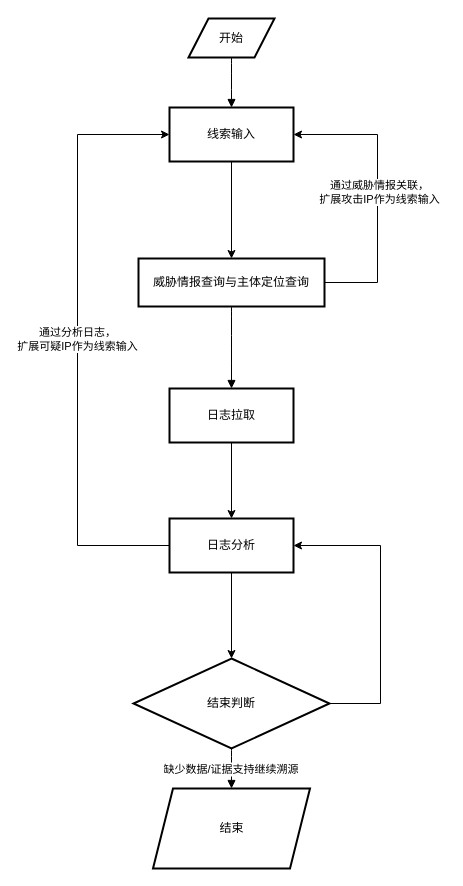
The draw.io diagram 未命名绘图.drawio in asdlijinquan/-, before the edit. Source tidied: cells renumbered, new cells numbered last; positions are measured from the earlier drawing's top-left corner, leaving out a move shared by most shapes. Both pictures are drawn from the tidied source at 100%, with x=0, y=0 at pixel (77, 18).
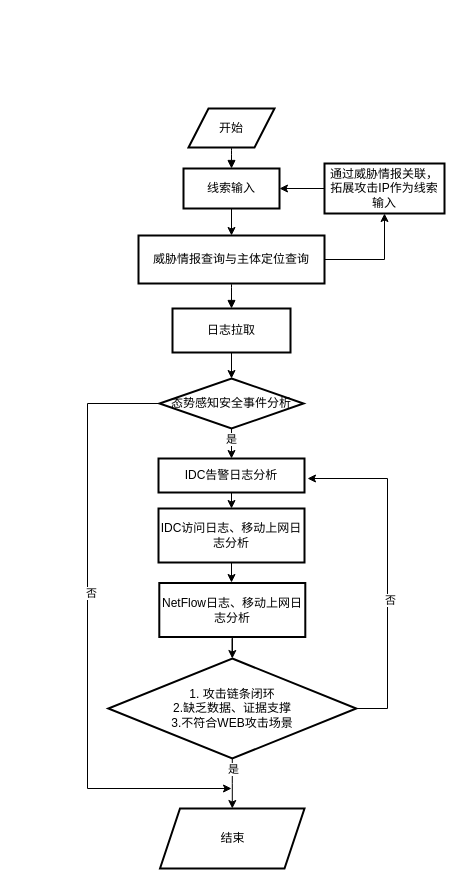
The same page after the edit.

Commit message:
更新未命名绘图.drawio

The edit, as a diff of the source:
```diff
@@
     <mxCell id="2" value="开始" style="shape=parallelogram;perimeter=parallelogramPerimeter;fixedSize=1;strokeWidth=2;whiteSpace=wrap;" parent="1" vertex="1">
-      <mxGeometry x="111" width="86" height="39" as="geometry" />
+      <mxGeometry x="111" y="90" width="86" height="39" as="geometry" />
     </mxCell>
@@
     <mxCell id="4" value="线索输入" style="whiteSpace=wrap;strokeWidth=2;" parent="1" vertex="1">
-      <mxGeometry x="92" y="89" width="124" height="54" as="geometry" />
+      <mxGeometry x="106" y="150" width="96" height="40" as="geometry" />
     </mxCell>
-    <mxCell id="5" style="edgeStyle=orthogonalEdgeStyle;rounded=0;jettySize=auto;html=1;exitX=1;exitY=0.5;exitDx=0;exitDy=0;entryX=1;entryY=0.5;entryDx=0;entryDy=0;" parent="1" edge="1" source="7" target="4">
-      <mxGeometry relative="1" as="geometry">
-        <Array as="points">
-          <mxPoint x="300" y="264" />
-          <mxPoint x="300" y="116" />
-        </Array>
-      </mxGeometry>
-    </mxCell>
-    <mxCell id="6" value="&lt;span style=&quot;color: rgb(0, 0, 0); background-color: rgb(255, 255, 255); float: none; display: inline !important;&quot;&gt;通过威胁情报关联，&lt;/span&gt;&lt;br style=&quot;color: rgb(0, 0, 0); padding: 0px; margin: 0px;&quot;&gt;&lt;span style=&quot;color: rgb(0, 0, 0); background-color: rgb(255, 255, 255); float: none; display: inline !important;&quot;&gt;扩展攻击IP作为线索输入&lt;/span&gt;" style="edgeLabel;html=1;align=center;verticalAlign=middle;" parent="5" vertex="1">
-      <mxGeometry x="0.01" y="-1" relative="1" as="geometry" />
-    </mxCell>
+    <mxCell id="19" style="edgeStyle=orthogonalEdgeStyle;rounded=0;jettySize=auto;html=1;exitX=1;exitY=0.5;exitDx=0;exitDy=0;entryX=0.5;entryY=1;entryDx=0;entryDy=0;" parent="1" edge="1" source="7" target="28">
+      <mxGeometry relative="1" as="geometry" />
+    </mxCell>
     <mxCell id="7" value="威胁情报查询与主体定位查询" style="whiteSpace=wrap;strokeWidth=2;" parent="1" vertex="1">
-      <mxGeometry x="61" y="240" width="186" height="48" as="geometry" />
+      <mxGeometry x="61" y="217" width="186" height="48" as="geometry" />
     </mxCell>
-    <mxCell id="8" style="edgeStyle=orthogonalEdgeStyle;rounded=0;jettySize=auto;html=1;" parent="1" edge="1" source="9" target="12">
+    <mxCell id="8" style="edgeStyle=orthogonalEdgeStyle;rounded=0;jettySize=auto;html=1;entryX=0.5;entryY=0;entryDx=0;entryDy=0;" parent="1" edge="1" source="9" target="33">
       <mxGeometry relative="1" as="geometry" />
     </mxCell>
     <mxCell id="9" value="日志拉取" style="whiteSpace=wrap;strokeWidth=2;" parent="1" vertex="1">
-      <mxGeometry x="92" y="370" width="124" height="54" as="geometry" />
+      <mxGeometry x="95" y="290" width="118" height="44" as="geometry" />
     </mxCell>
-    <mxCell id="10" value="&lt;span style=&quot;color: rgb(0, 0, 0); font-family: Helvetica; font-size: 11px; font-style: normal; font-variant-ligatures: normal; font-variant-caps: normal; font-weight: 400; letter-spacing: normal; orphans: 2; text-align: center; text-indent: 0px; text-transform: none; widows: 2; word-spacing: 0px; -webkit-text-stroke-width: 0px; white-space: nowrap; background-color: rgb(255, 255, 255); text-decoration-thickness: initial; text-decoration-style: initial; text-decoration-color: initial; display: inline !important; float: none;&quot;&gt;通过分析日志，&lt;/span&gt;&lt;br style=&quot;forced-color-adjust: none; padding: 0px; margin: 0px; color: rgb(0, 0, 0); font-family: Helvetica; font-size: 11px; font-style: normal; font-variant-ligatures: normal; font-variant-caps: normal; font-weight: 400; letter-spacing: normal; orphans: 2; text-align: center; text-indent: 0px; text-transform: none; widows: 2; word-spacing: 0px; -webkit-text-stroke-width: 0px; white-space: nowrap; text-decoration-thickness: initial; text-decoration-style: initial; text-decoration-color: initial;&quot;&gt;&lt;span style=&quot;color: rgb(0, 0, 0); font-family: Helvetica; font-size: 11px; font-style: normal; font-variant-ligatures: normal; font-variant-caps: normal; font-weight: 400; letter-spacing: normal; orphans: 2; text-align: center; text-indent: 0px; text-transform: none; widows: 2; word-spacing: 0px; -webkit-text-stroke-width: 0px; white-space: nowrap; background-color: rgb(255, 255, 255); text-decoration-thickness: initial; text-decoration-style: initial; text-decoration-color: initial; display: inline !important; float: none;&quot;&gt;扩展可疑IP作为线索输入&lt;/span&gt;" style="edgeStyle=orthogonalEdgeStyle;rounded=0;jettySize=auto;html=1;entryX=0;entryY=0.5;entryDx=0;entryDy=0;exitX=0;exitY=0.5;exitDx=0;exitDy=0;" parent="1" edge="1" source="12" target="4">
-      <mxGeometry relative="1" as="geometry">
-        <Array as="points">
-          <mxPoint y="527" />
-          <mxPoint y="116" />
-        </Array>
-      </mxGeometry>
-    </mxCell>
-    <mxCell id="11" style="edgeStyle=orthogonalEdgeStyle;rounded=0;jettySize=auto;html=1;" parent="1" edge="1" source="12" target="14">
-      <mxGeometry relative="1" as="geometry" />
-    </mxCell>
-    <mxCell id="12" value="日志分析" style="whiteSpace=wrap;strokeWidth=2;" parent="1" vertex="1">
-      <mxGeometry x="92" y="500" width="124" height="54" as="geometry" />
-    </mxCell>
-    <mxCell id="13" style="edgeStyle=orthogonalEdgeStyle;rounded=0;jettySize=auto;html=1;entryX=1;entryY=0.5;entryDx=0;entryDy=0;exitX=1;exitY=0.5;exitDx=0;exitDy=0;" parent="1" edge="1" source="14" target="12">
+    <mxCell id="13" style="edgeStyle=orthogonalEdgeStyle;rounded=0;orthogonalLoop=1;jettySize=auto;html=1;" parent="1" edge="1">
       <mxGeometry relative="1" as="geometry">
+        <mxPoint x="278.8" y="690" as="sourcePoint" />
+        <mxPoint x="230" y="460" as="targetPoint" />
         <Array as="points">
-          <mxPoint x="303" y="685" />
-          <mxPoint x="303" y="527" />
+          <mxPoint x="310" y="690" />
+          <mxPoint x="310" y="460" />
         </Array>
       </mxGeometry>
     </mxCell>
+    <mxCell id="20" value="否" style="edgeLabel;html=1;align=center;verticalAlign=middle;" parent="13" vertex="1">
+      <mxGeometry x="-0.18" y="-2" relative="1" as="geometry" />
+    </mxCell>
+    <mxCell id="21" style="edgeStyle=orthogonalEdgeStyle;rounded=0;jettySize=auto;html=1;" parent="1" edge="1" source="14" target="15">
+      <mxGeometry relative="1" as="geometry" />
+    </mxCell>
+    <mxCell id="22" value="是" style="edgeLabel;html=1;align=center;verticalAlign=middle;" parent="21" vertex="1">
+      <mxGeometry x="-0.26" y="1" relative="1" as="geometry">
+        <mxPoint y="-9" as="offset" />
+      </mxGeometry>
+    </mxCell>
-    <mxCell id="14" value="结束判断" style="rhombus;strokeWidth=2;whiteSpace=wrap;" parent="1" vertex="1">
-      <mxGeometry x="56" y="640" width="196" height="90" as="geometry" />
+    <mxCell id="14" value="1. 攻击链条闭环&#10;2.缺乏数据、证据支撑&#10;3.不符合WEB攻击场景" style="rhombus;strokeWidth=2;whiteSpace=wrap;" parent="1" vertex="1">
+      <mxGeometry x="30.8" y="640" width="248" height="100" as="geometry" />
     </mxCell>
     <mxCell id="15" value="结束" style="shape=parallelogram;perimeter=parallelogramPerimeter;fixedSize=1;strokeWidth=2;whiteSpace=wrap;" parent="1" vertex="1">
-      <mxGeometry x="75.5" y="770" width="157" height="80" as="geometry" />
+      <mxGeometry x="82.5" y="790" width="144.5" height="60" as="geometry" />
     </mxCell>
-    <mxCell id="16" style="curved=1;startArrow=none;endArrow=block;exitX=0.5;exitY=1;entryX=0.5;entryY=0;rounded=0;" parent="1" edge="1" source="2" target="4">
+    <mxCell id="16" style="curved=1;startArrow=none;endArrow=block;exitX=0.5;exitY=1;entryX=0.5;entryY=0;rounded=0;exitDx=0;exitDy=0;" parent="1" edge="1" source="2" target="4">
       <mxGeometry relative="1" as="geometry" />
     </mxCell>
@@
-    <mxCell id="18" value="缺少数据/证据支持继续溯源" style="curved=1;startArrow=none;endArrow=block;exitX=0.5;exitY=1;rounded=0;" parent="1" edge="1" source="14">
-      <mxGeometry relative="1" as="geometry">
-        <mxPoint x="154" y="770" as="targetPoint" />
-      </mxGeometry>
-    </mxCell>
+    <mxCell id="23" value="IDC访问日志、移动上网日志分析" style="whiteSpace=wrap;strokeWidth=2;" parent="1" vertex="1">
+      <mxGeometry x="81" y="490" width="146" height="54" as="geometry" />
+    </mxCell>
+    <mxCell id="24" style="edgeStyle=orthogonalEdgeStyle;rounded=0;jettySize=auto;html=1;exitX=0.5;exitY=1;exitDx=0;exitDy=0;" parent="1" edge="1" source="23" target="26">
+      <mxGeometry relative="1" as="geometry" />
+    </mxCell>
+    <mxCell id="25" style="edgeStyle=orthogonalEdgeStyle;rounded=0;jettySize=auto;html=1;" parent="1" edge="1" source="26" target="14">
+      <mxGeometry relative="1" as="geometry" />
+    </mxCell>
+    <mxCell id="26" value="NetFlow日志、移动上网日志分析" style="whiteSpace=wrap;strokeWidth=2;" parent="1" vertex="1">
+      <mxGeometry x="81.8" y="564.5" width="146" height="54" as="geometry" />
+    </mxCell>
+    <mxCell id="27" style="edgeStyle=orthogonalEdgeStyle;rounded=0;jettySize=auto;html=1;exitX=0;exitY=0.5;exitDx=0;exitDy=0;entryX=1;entryY=0.5;entryDx=0;entryDy=0;" parent="1" edge="1" source="28" target="4">
+      <mxGeometry relative="1" as="geometry" />
+    </mxCell>
+    <mxCell id="28" value="通过威胁情报关联，拓展攻击IP作为线索输入" style="rounded=0;whiteSpace=wrap;html=1;strokeWidth=2;" parent="1" vertex="1">
+      <mxGeometry x="247" y="145" width="120" height="50" as="geometry" />
+    </mxCell>
+    <mxCell id="29" style="edgeStyle=orthogonalEdgeStyle;rounded=0;jettySize=auto;html=1;" parent="1" edge="1" source="33" target="34">
+      <mxGeometry relative="1" as="geometry" />
+    </mxCell>
+    <mxCell id="30" value="是" style="edgeLabel;html=1;align=center;verticalAlign=middle;" parent="29" vertex="1">
+      <mxGeometry x="0.18" y="-1" relative="1" as="geometry" />
+    </mxCell>
+    <mxCell id="31" style="edgeStyle=orthogonalEdgeStyle;rounded=0;jettySize=auto;html=1;exitX=0;exitY=0.5;exitDx=0;exitDy=0;" parent="1" edge="1" source="33">
+      <mxGeometry relative="1" as="geometry">
+        <mxPoint x="154" y="770" as="targetPoint" />
+        <Array as="points">
+          <mxPoint x="10" y="385" />
+          <mxPoint x="10" y="770" />
+        </Array>
+      </mxGeometry>
+    </mxCell>
+    <mxCell id="32" value="否" style="edgeLabel;html=1;align=center;verticalAlign=middle;" parent="31" vertex="1">
+      <mxGeometry x="-0.13" y="3" relative="1" as="geometry" />
+    </mxCell>
+    <mxCell id="33" value="态势感知安全事件分析" style="rhombus;whiteSpace=wrap;html=1;strokeWidth=2;" parent="1" vertex="1">
+      <mxGeometry x="82" y="360" width="144" height="50" as="geometry" />
+    </mxCell>
+    <mxCell id="34" value="IDC告警日志分析" style="whiteSpace=wrap;strokeWidth=2;" parent="1" vertex="1">
+      <mxGeometry x="81" y="440" width="146" height="34" as="geometry" />
+    </mxCell>
+    <mxCell id="35" style="edgeStyle=orthogonalEdgeStyle;rounded=0;jettySize=auto;html=1;exitX=0.5;exitY=1;exitDx=0;exitDy=0;" parent="1" edge="1" source="34">
+      <mxGeometry relative="1" as="geometry">
+        <mxPoint x="154" y="490" as="targetPoint" />
+      </mxGeometry>
+    </mxCell>
```
